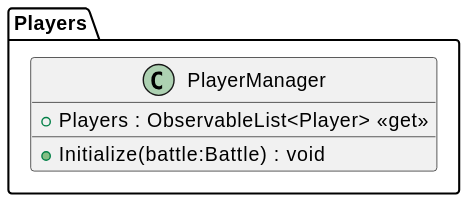
The PlantUML diagram plantuml/out/Player/PlayerManager.svg in asterisk-cn/RougueShooter, before a commit. Its diagram source:
```plantuml
@startuml
namespace Players{
class PlayerManager {
    + Players : ObservableList<Player> <<get>>
    + Initialize(battle:Battle) : void
}
}
@enduml
```
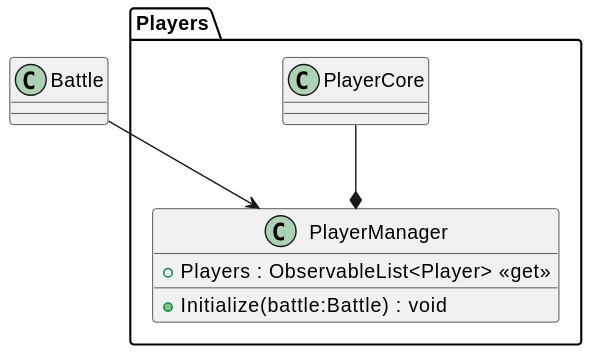
The same file after the commit.

What changed in the source:
```diff
@@ -5,4 +5,6 @@
     + Initialize(battle:Battle) : void
 }
 }
+Players.PlayerCore --* PlayerManager
+Battle --> PlayerManager
 @enduml
```
